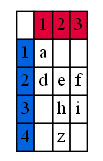
The Graphviz diagram clase5/Matriz.png in mdaniel543/Lab-IPC2-1S23, before a commit. Its source is kept beside it as clase5/Matriz.dot.
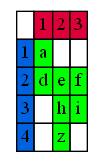
Later version of the same file.

Change to the diagram source:
```diff
@@ -11,26 +11,26 @@
 </tr>
 <tr>
 <td bgcolor="#0062DE">1</td>
-<td>a</td>
+<td bgcolor="#00FF00">a</td>
 <td></td>
 <td></td>
 </tr>
 <tr>
 <td bgcolor="#0062DE">2</td>
-<td>d</td>
-<td>e</td>
-<td>f</td>
+<td bgcolor="#00FF00">d</td>
+<td bgcolor="#00FF00">e</td>
+<td bgcolor="#00FF00">f</td>
 </tr>
 <tr>
 <td bgcolor="#0062DE">3</td>
 <td></td>
-<td>h</td>
-<td>i</td>
+<td bgcolor="#00FF00">h</td>
+<td bgcolor="#00FF00">i</td>
 </tr>
 <tr>
 <td bgcolor="#0062DE">4</td>
 <td></td>
-<td>z</td>
+<td bgcolor="#00FF00">z</td>
 <td></td>
 </tr>
 </table>>];
```
